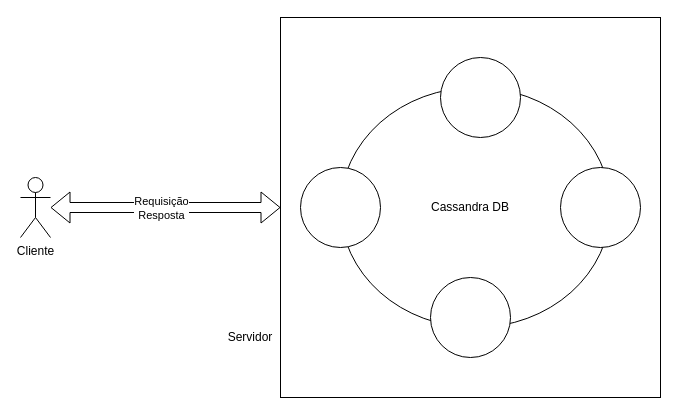
Before: docs/arch/drawings/cassandra_hibrido.drawio in lasarojc/ds_notes, a draw.io diagram. Source tidied: cells renumbered, new cells numbered last; positions are measured from the earlier drawing's top-left corner, leaving out a move shared by most shapes. Both pictures are drawn from the tidied source at 100%, with x=0, y=0 at pixel (20, 17).
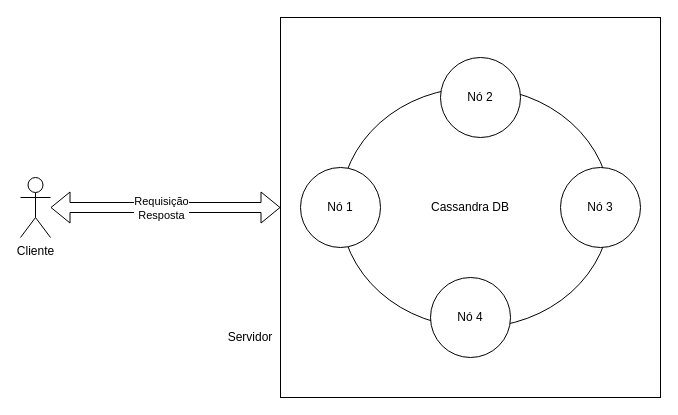
After the change.

Change to the diagram source:
```diff
@@
 <mxGraphModel>
   <root>
     <mxCell id="0" />
     <mxCell id="1" parent="0" />
+    <mxCell id="7" value="Cassandra DB" style="whiteSpace=wrap;html=1;fillColor=none;" parent="1" vertex="1">
+      <mxGeometry x="260" width="380" height="380" as="geometry" />
+    </mxCell>
     <mxCell id="2" style="ellipse;whiteSpace=wrap;html=1;fillColor=none;" parent="1" vertex="1">
       <mxGeometry x="320" y="70" width="270" height="240" as="geometry" />
     </mxCell>
-    <mxCell id="3" style="ellipse;whiteSpace=wrap;html=1;" parent="1" vertex="1">
+    <mxCell id="3" value="Nó 2" style="ellipse;whiteSpace=wrap;html=1;" parent="1" vertex="1">
       <mxGeometry x="420" y="40" width="80" height="80" as="geometry" />
     </mxCell>
-    <mxCell id="4" style="ellipse;whiteSpace=wrap;html=1;" parent="1" vertex="1">
+    <mxCell id="4" value="Nó 3" style="ellipse;whiteSpace=wrap;html=1;" parent="1" vertex="1">
       <mxGeometry x="540" y="150" width="80" height="80" as="geometry" />
     </mxCell>
-    <mxCell id="5" style="ellipse;whiteSpace=wrap;html=1;" parent="1" vertex="1">
+    <mxCell id="5" value="Nó 4" style="ellipse;whiteSpace=wrap;html=1;" parent="1" vertex="1">
       <mxGeometry x="410" y="260" width="80" height="80" as="geometry" />
     </mxCell>
-    <mxCell id="6" style="ellipse;whiteSpace=wrap;html=1;" parent="1" vertex="1">
+    <mxCell id="6" value="Nó 1" style="ellipse;whiteSpace=wrap;html=1;" parent="1" vertex="1">
       <mxGeometry x="280" y="150" width="80" height="80" as="geometry" />
     </mxCell>
-    <mxCell id="7" value="Cassandra DB" style="whiteSpace=wrap;html=1;fillColor=none;" parent="1" vertex="1">
-      <mxGeometry x="260" width="380" height="380" as="geometry" />
-    </mxCell>
     <mxCell id="8" style="edgeStyle=orthogonalEdgeStyle;rounded=0;jettySize=auto;html=1;startArrow=blockThin;startFill=1;shape=flexArrow;" parent="1" edge="1" source="10" target="7">
       <mxGeometry relative="1" as="geometry" />
     </mxCell>
     <mxCell id="9" value="Requisição&lt;br&gt;Resposta" style="edgeLabel;html=1;align=center;verticalAlign=middle;" parent="8" vertex="1">
       <mxGeometry x="-0.23" y="-3" relative="1" as="geometry">
         <mxPoint x="21" y="-3" as="offset" />
       </mxGeometry>
     </mxCell>
     <mxCell id="10" value="Cliente" style="shape=umlActor;verticalLabelPosition=bottom;labelBackgroundColor=#ffffff;verticalAlign=top;html=1;outlineConnect=0;fillColor=none;" parent="1" vertex="1">
       <mxGeometry y="160" width="30" height="60" as="geometry" />
     </mxCell>
     <mxCell id="11" value="Servidor" style="text;html=1;strokeColor=none;fillColor=none;align=center;verticalAlign=middle;whiteSpace=wrap;rounded=0;" parent="1" vertex="1">
       <mxGeometry x="210" y="310" width="40" height="20" as="geometry" />
     </mxCell>
   </root>
 </mxGraphModel>
```
